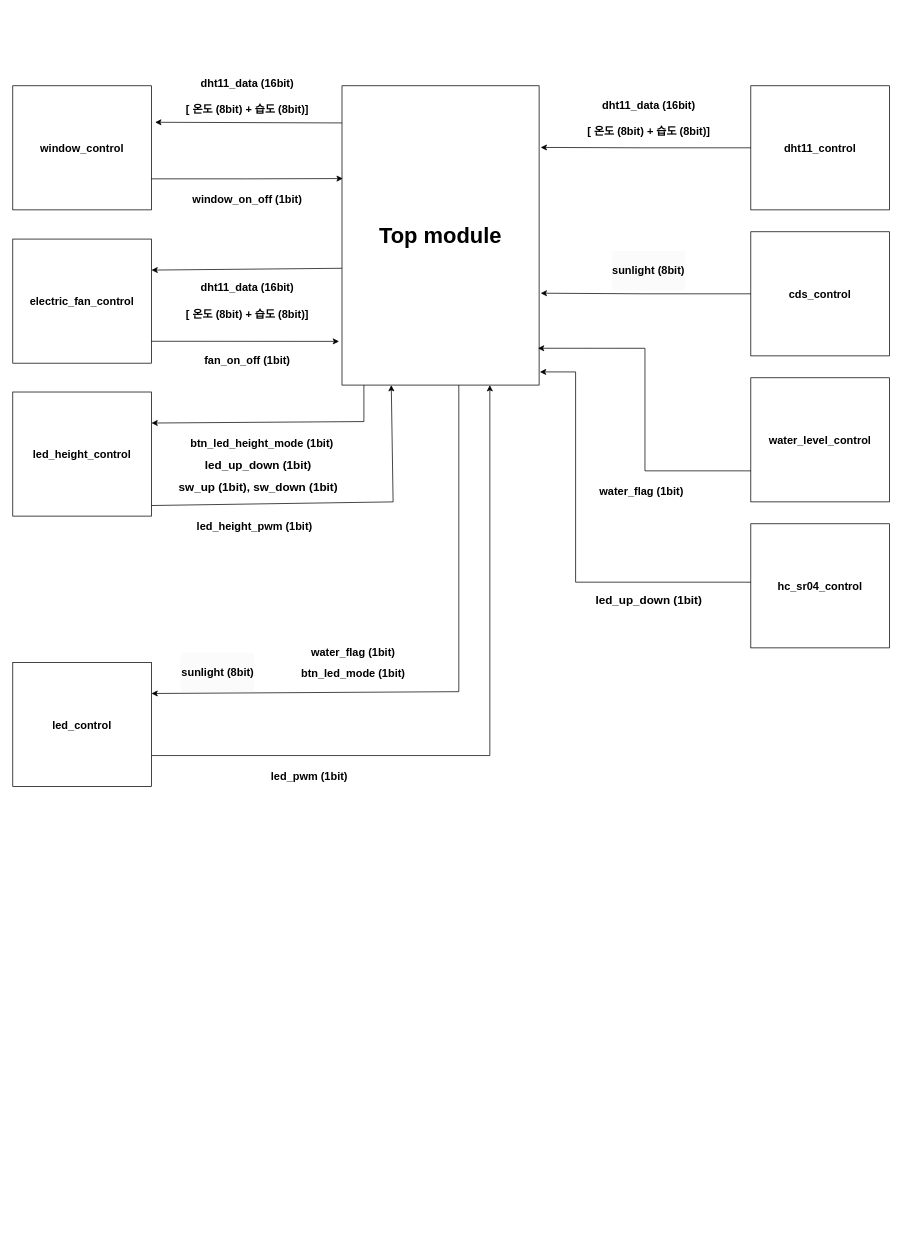
This is Blcoc_diagram.drawio from wwww2128/smartfarm, a draw.io file, before an edit. Source tidied: cells renumbered, new cells numbered last; positions are measured from the earlier drawing's top-left corner, leaving out a move shared by most shapes. Both pictures are drawn from the tidied source at 73%, with x=0, y=0 at pixel (12, 56).
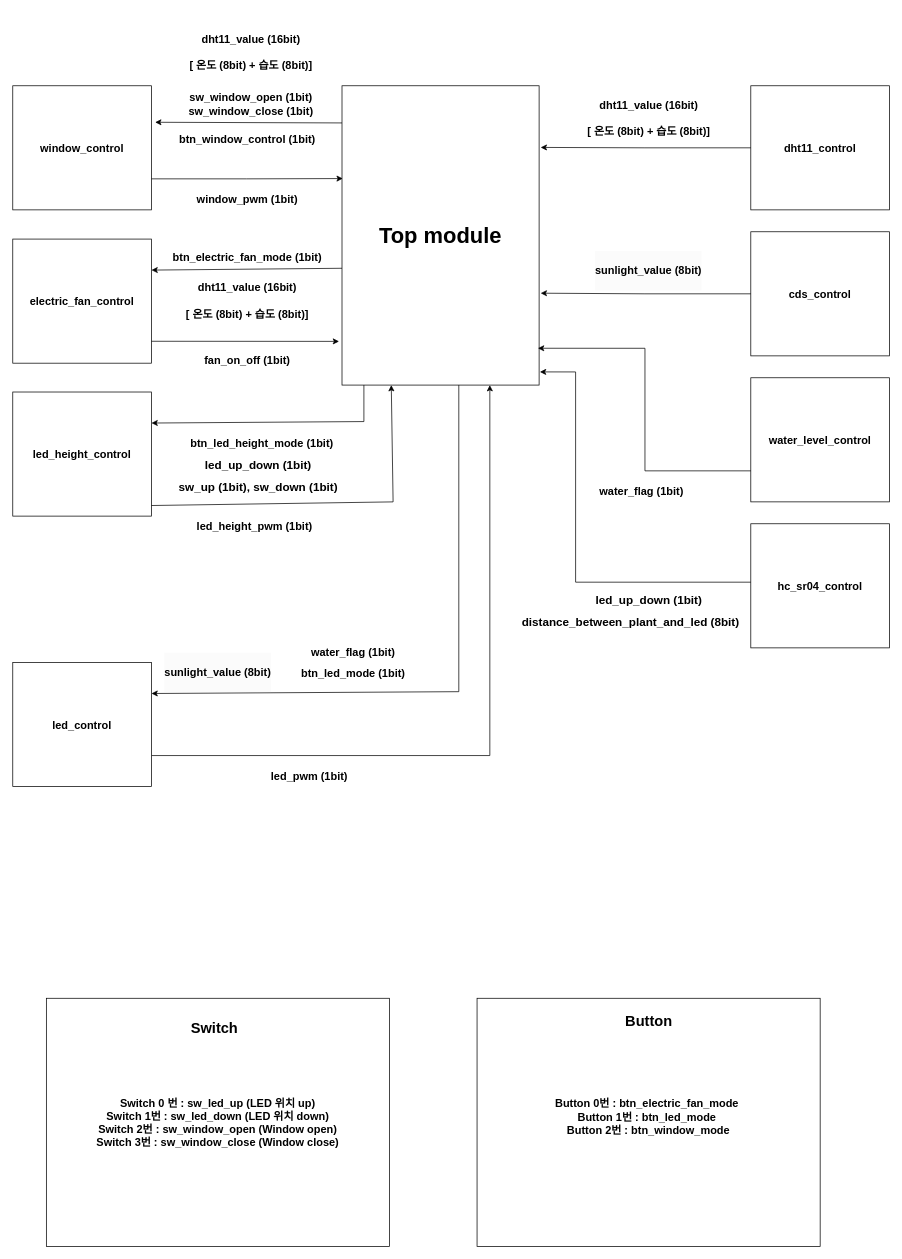
The same diagram, later.

The edit, as a diff of the source:
```diff
@@
-    <mxCell id="4" value="&lt;div&gt;&lt;font style=&quot;font-size: 15px;&quot;&gt;&lt;b&gt;&lt;br&gt;&lt;/b&gt;&lt;/font&gt;&lt;/div&gt;&lt;font style=&quot;font-size: 15px;&quot;&gt;&lt;b&gt;&lt;div&gt;&lt;font style=&quot;font-size: 15px;&quot;&gt;&lt;b&gt;dht11_data (16bit)&lt;/b&gt;&lt;/font&gt;&lt;/div&gt;&lt;div&gt;&lt;font style=&quot;font-size: 15px;&quot;&gt;&lt;b&gt;&lt;br&gt;&lt;/b&gt;&lt;/font&gt;&lt;/div&gt;&lt;div&gt;&lt;font style=&quot;font-size: 15px;&quot;&gt;&lt;b&gt;[ 온도 (8bit) + 습도 (8bit)]&lt;/b&gt;&lt;/font&gt;&lt;/div&gt;&lt;/b&gt;&lt;/font&gt;" style="text;html=1;align=center;verticalAlign=middle;strokeColor=none;fillColor=none;" parent="1" vertex="1">
+    <mxCell id="4" value="&lt;div&gt;&lt;font style=&quot;font-size: 15px;&quot;&gt;&lt;b&gt;&lt;br&gt;&lt;/b&gt;&lt;/font&gt;&lt;/div&gt;&lt;font style=&quot;font-size: 15px;&quot;&gt;&lt;b&gt;&lt;div&gt;&lt;font style=&quot;font-size: 15px;&quot;&gt;&lt;b&gt;dht11_value (16bit)&lt;/b&gt;&lt;/font&gt;&lt;/div&gt;&lt;div&gt;&lt;font style=&quot;font-size: 15px;&quot;&gt;&lt;b&gt;&lt;br&gt;&lt;/b&gt;&lt;/font&gt;&lt;/div&gt;&lt;div&gt;&lt;font style=&quot;font-size: 15px;&quot;&gt;&lt;b&gt;[ 온도 (8bit) + 습도 (8bit)]&lt;/b&gt;&lt;/font&gt;&lt;/div&gt;&lt;/b&gt;&lt;/font&gt;" style="text;html=1;align=center;verticalAlign=middle;strokeColor=none;fillColor=none;" parent="1" vertex="1">
       <mxGeometry x="771" y="30" width="200" height="90" as="geometry" />
     </mxCell>
@@
-    <mxCell id="8" value="&lt;div style=&quot;forced-color-adjust: none; color: rgb(0, 0, 0); font-family: Helvetica; font-size: 15px; font-style: normal; font-variant-ligatures: normal; font-variant-caps: normal; font-weight: 700; letter-spacing: normal; orphans: 2; text-indent: 0px; text-transform: none; widows: 2; word-spacing: 0px; -webkit-text-stroke-width: 0px; white-space: nowrap; background-color: rgb(251, 251, 251); text-decoration-thickness: initial; text-decoration-style: initial; text-decoration-color: initial;&quot;&gt;&lt;font style=&quot;forced-color-adjust: none; font-size: 15px;&quot;&gt;&lt;b style=&quot;forced-color-adjust: none;&quot;&gt;&lt;br class=&quot;Apple-interchange-newline&quot;&gt;sunlight (8bit)&lt;/b&gt;&lt;/font&gt;&lt;/div&gt;&lt;div style=&quot;forced-color-adjust: none; color: rgb(0, 0, 0); font-family: Helvetica; font-size: 15px; font-style: normal; font-variant-ligatures: normal; font-variant-caps: normal; font-weight: 700; letter-spacing: normal; orphans: 2; text-indent: 0px; text-transform: none; widows: 2; word-spacing: 0px; -webkit-text-stroke-width: 0px; white-space: nowrap; background-color: rgb(251, 251, 251); text-decoration-thickness: initial; text-decoration-style: initial; text-decoration-color: initial;&quot;&gt;&lt;br&gt;&lt;/div&gt;" style="text;whiteSpace=wrap;html=1;align=center;" parent="1" vertex="1">
+    <mxCell id="8" value="&lt;div style=&quot;forced-color-adjust: none; color: rgb(0, 0, 0); font-family: Helvetica; font-size: 15px; font-style: normal; font-variant-ligatures: normal; font-variant-caps: normal; font-weight: 700; letter-spacing: normal; orphans: 2; text-indent: 0px; text-transform: none; widows: 2; word-spacing: 0px; -webkit-text-stroke-width: 0px; white-space: nowrap; background-color: rgb(251, 251, 251); text-decoration-thickness: initial; text-decoration-style: initial; text-decoration-color: initial;&quot;&gt;&lt;font style=&quot;forced-color-adjust: none; font-size: 15px;&quot;&gt;&lt;b style=&quot;forced-color-adjust: none;&quot;&gt;&lt;br class=&quot;Apple-interchange-newline&quot;&gt;sunlight_value (8bit)&lt;/b&gt;&lt;/font&gt;&lt;/div&gt;&lt;div style=&quot;forced-color-adjust: none; color: rgb(0, 0, 0); font-family: Helvetica; font-size: 15px; font-style: normal; font-variant-ligatures: normal; font-variant-caps: normal; font-weight: 700; letter-spacing: normal; orphans: 2; text-indent: 0px; text-transform: none; widows: 2; word-spacing: 0px; -webkit-text-stroke-width: 0px; white-space: nowrap; background-color: rgb(251, 251, 251); text-decoration-thickness: initial; text-decoration-style: initial; text-decoration-color: initial;&quot;&gt;&lt;br&gt;&lt;/div&gt;" style="text;whiteSpace=wrap;html=1;align=center;" parent="1" vertex="1">
       <mxGeometry x="766" y="260" width="210" height="100" as="geometry" />
     </mxCell>
@@
-    <mxCell id="18" value="&lt;div&gt;&lt;font style=&quot;font-size: 15px;&quot;&gt;&lt;b&gt;&lt;br&gt;&lt;/b&gt;&lt;/font&gt;&lt;/div&gt;&lt;font style=&quot;font-size: 15px;&quot;&gt;&lt;b&gt;&lt;div&gt;&lt;font style=&quot;font-size: 15px;&quot;&gt;&lt;b&gt;dht11_data (16bit)&lt;/b&gt;&lt;/font&gt;&lt;/div&gt;&lt;div&gt;&lt;font style=&quot;font-size: 15px;&quot;&gt;&lt;b&gt;&lt;br&gt;&lt;/b&gt;&lt;/font&gt;&lt;/div&gt;&lt;div&gt;&lt;font style=&quot;font-size: 15px;&quot;&gt;&lt;b&gt;[ 온도 (8bit) + 습도 (8bit)]&lt;/b&gt;&lt;/font&gt;&lt;/div&gt;&lt;/b&gt;&lt;/font&gt;" style="text;html=1;align=center;verticalAlign=middle;strokeColor=none;fillColor=none;" parent="1" vertex="1">
-      <mxGeometry x="221" width="200" height="90" as="geometry" />
+    <mxCell id="18" value="&lt;div&gt;&lt;font style=&quot;font-size: 15px;&quot;&gt;&lt;b&gt;&lt;br&gt;&lt;/b&gt;&lt;/font&gt;&lt;/div&gt;&lt;font style=&quot;font-size: 15px;&quot;&gt;&lt;b&gt;&lt;div&gt;&lt;font style=&quot;font-size: 15px;&quot;&gt;&lt;b&gt;dht11_value (16bit)&lt;/b&gt;&lt;/font&gt;&lt;/div&gt;&lt;div&gt;&lt;font style=&quot;font-size: 15px;&quot;&gt;&lt;b&gt;&lt;br&gt;&lt;/b&gt;&lt;/font&gt;&lt;/div&gt;&lt;div&gt;&lt;font style=&quot;font-size: 15px;&quot;&gt;&lt;b&gt;[ 온도 (8bit) + 습도 (8bit)]&lt;/b&gt;&lt;/font&gt;&lt;/div&gt;&lt;/b&gt;&lt;/font&gt;" style="text;html=1;align=center;verticalAlign=middle;strokeColor=none;fillColor=none;" parent="1" vertex="1">
+      <mxGeometry x="226" y="-60" width="200" height="90" as="geometry" />
     </mxCell>
-    <mxCell id="19" value="&lt;font style=&quot;font-size: 15px;&quot;&gt;&lt;b&gt;window_on_off (1bit)&lt;/b&gt;&lt;/font&gt;" style="text;html=1;align=center;verticalAlign=middle;strokeColor=none;fillColor=none;" parent="1" vertex="1">
-      <mxGeometry x="236" y="180" width="170" height="30" as="geometry" />
+    <mxCell id="19" value="&lt;font style=&quot;font-size: 15px;&quot;&gt;&lt;b&gt;window_pwm (1bit)&lt;/b&gt;&lt;/font&gt;" style="text;html=1;align=center;verticalAlign=middle;strokeColor=none;fillColor=none;" parent="1" vertex="1">
+      <mxGeometry x="241" y="180" width="160" height="30" as="geometry" />
     </mxCell>
@@
-    <mxCell id="22" value="&lt;div&gt;&lt;font style=&quot;font-size: 15px;&quot;&gt;&lt;b&gt;&lt;br&gt;&lt;/b&gt;&lt;/font&gt;&lt;/div&gt;&lt;font style=&quot;font-size: 15px;&quot;&gt;&lt;b&gt;&lt;div&gt;&lt;font style=&quot;font-size: 15px;&quot;&gt;&lt;b&gt;dht11_data (16bit)&lt;/b&gt;&lt;/font&gt;&lt;/div&gt;&lt;div&gt;&lt;font style=&quot;font-size: 15px;&quot;&gt;&lt;b&gt;&lt;br&gt;&lt;/b&gt;&lt;/font&gt;&lt;/div&gt;&lt;div&gt;&lt;font style=&quot;font-size: 15px;&quot;&gt;&lt;b&gt;[ 온도 (8bit) + 습도 (8bit)]&lt;/b&gt;&lt;/font&gt;&lt;/div&gt;&lt;/b&gt;&lt;/font&gt;" style="text;html=1;align=center;verticalAlign=middle;strokeColor=none;fillColor=none;" parent="1" vertex="1">
+    <mxCell id="22" value="&lt;div&gt;&lt;font style=&quot;font-size: 15px;&quot;&gt;&lt;b&gt;&lt;br&gt;&lt;/b&gt;&lt;/font&gt;&lt;/div&gt;&lt;font style=&quot;font-size: 15px;&quot;&gt;&lt;b&gt;&lt;div&gt;&lt;font style=&quot;font-size: 15px;&quot;&gt;&lt;b&gt;dht11_value (16bit)&lt;/b&gt;&lt;/font&gt;&lt;/div&gt;&lt;div&gt;&lt;font style=&quot;font-size: 15px;&quot;&gt;&lt;b&gt;&lt;br&gt;&lt;/b&gt;&lt;/font&gt;&lt;/div&gt;&lt;div&gt;&lt;font style=&quot;font-size: 15px;&quot;&gt;&lt;b&gt;[ 온도 (8bit) + 습도 (8bit)]&lt;/b&gt;&lt;/font&gt;&lt;/div&gt;&lt;/b&gt;&lt;/font&gt;" style="text;html=1;align=center;verticalAlign=middle;strokeColor=none;fillColor=none;" parent="1" vertex="1">
       <mxGeometry x="221" y="280" width="200" height="90" as="geometry" />
     </mxCell>
@@
-    <mxCell id="35" value="&lt;div style=&quot;forced-color-adjust: none; color: rgb(0, 0, 0); font-family: Helvetica; font-size: 15px; font-style: normal; font-variant-ligatures: normal; font-variant-caps: normal; font-weight: 700; letter-spacing: normal; orphans: 2; text-indent: 0px; text-transform: none; widows: 2; word-spacing: 0px; -webkit-text-stroke-width: 0px; white-space: nowrap; background-color: rgb(251, 251, 251); text-decoration-thickness: initial; text-decoration-style: initial; text-decoration-color: initial;&quot;&gt;&lt;font style=&quot;forced-color-adjust: none; font-size: 15px;&quot;&gt;&lt;b style=&quot;forced-color-adjust: none;&quot;&gt;&lt;br class=&quot;Apple-interchange-newline&quot;&gt;sunlight (8bit)&lt;/b&gt;&lt;/font&gt;&lt;/div&gt;&lt;div style=&quot;forced-color-adjust: none; color: rgb(0, 0, 0); font-family: Helvetica; font-size: 15px; font-style: normal; font-variant-ligatures: normal; font-variant-caps: normal; font-weight: 700; letter-spacing: normal; orphans: 2; text-indent: 0px; text-transform: none; widows: 2; word-spacing: 0px; -webkit-text-stroke-width: 0px; white-space: nowrap; background-color: rgb(251, 251, 251); text-decoration-thickness: initial; text-decoration-style: initial; text-decoration-color: initial;&quot;&gt;&lt;br&gt;&lt;/div&gt;" style="text;whiteSpace=wrap;html=1;align=center;" parent="1" vertex="1">
+    <mxCell id="35" value="&lt;div style=&quot;forced-color-adjust: none; color: rgb(0, 0, 0); font-family: Helvetica; font-size: 15px; font-style: normal; font-variant-ligatures: normal; font-variant-caps: normal; font-weight: 700; letter-spacing: normal; orphans: 2; text-indent: 0px; text-transform: none; widows: 2; word-spacing: 0px; -webkit-text-stroke-width: 0px; white-space: nowrap; background-color: rgb(251, 251, 251); text-decoration-thickness: initial; text-decoration-style: initial; text-decoration-color: initial;&quot;&gt;&lt;font style=&quot;forced-color-adjust: none; font-size: 15px;&quot;&gt;&lt;b style=&quot;forced-color-adjust: none;&quot;&gt;&lt;br class=&quot;Apple-interchange-newline&quot;&gt;sunlight_value (8bit)&lt;/b&gt;&lt;/font&gt;&lt;/div&gt;&lt;div style=&quot;forced-color-adjust: none; color: rgb(0, 0, 0); font-family: Helvetica; font-size: 15px; font-style: normal; font-variant-ligatures: normal; font-variant-caps: normal; font-weight: 700; letter-spacing: normal; orphans: 2; text-indent: 0px; text-transform: none; widows: 2; word-spacing: 0px; -webkit-text-stroke-width: 0px; white-space: nowrap; background-color: rgb(251, 251, 251); text-decoration-thickness: initial; text-decoration-style: initial; text-decoration-color: initial;&quot;&gt;&lt;br&gt;&lt;/div&gt;" style="text;whiteSpace=wrap;html=1;align=center;" parent="1" vertex="1">
       <mxGeometry x="221" y="810" width="120" height="60" as="geometry" />
     </mxCell>
@@
+    <mxCell id="39" value="&lt;font style=&quot;font-size: 16px;&quot;&gt;&lt;b&gt;distance_between_plant_and_led (8bit)&lt;/b&gt;&lt;/font&gt;" style="text;html=1;align=center;verticalAlign=middle;strokeColor=none;fillColor=none;" parent="1" vertex="1">
+      <mxGeometry x="686" y="760" width="320" height="30" as="geometry" />
+    </mxCell>
+    <mxCell id="40" value="&lt;font style=&quot;font-size: 15px;&quot;&gt;&lt;b&gt;Switch 0 번 : sw_led_up (LED 위치 up)&lt;/b&gt;&lt;/font&gt;&lt;div style=&quot;font-size: 15px;&quot;&gt;&lt;font style=&quot;font-size: 15px;&quot;&gt;&lt;b&gt;Switch 1번 : sw_led_down (LED 위치 down)&lt;/b&gt;&lt;/font&gt;&lt;/div&gt;&lt;div style=&quot;font-size: 15px;&quot;&gt;&lt;b&gt;Switch 2번 : sw_window_open (Window open)&lt;/b&gt;&lt;/div&gt;&lt;div style=&quot;font-size: 15px;&quot;&gt;&lt;b&gt;Switch 3번 : sw_window_close (Window close)&lt;/b&gt;&lt;/div&gt;" style="rounded=0;whiteSpace=wrap;html=1;" parent="1" vertex="1">
+      <mxGeometry x="46" y="1290" width="470" height="340" as="geometry" />
+    </mxCell>
+    <mxCell id="41" value="&lt;font style=&quot;font-size: 20px;&quot;&gt;&lt;b&gt;Switch&lt;/b&gt;&lt;/font&gt;" style="text;html=1;align=center;verticalAlign=middle;strokeColor=none;fillColor=none;" parent="1" vertex="1">
+      <mxGeometry x="231" y="1310" width="90" height="40" as="geometry" />
+    </mxCell>
+    <mxCell id="42" value="&lt;b style=&quot;font-size: 15px; text-wrap: nowrap;&quot;&gt;Button 0번 : btn_electric_fan_mode&amp;nbsp;&lt;/b&gt;&lt;div&gt;&lt;b style=&quot;text-wrap: nowrap; font-size: 15px;&quot;&gt;Button 1번 :&amp;nbsp;&lt;/b&gt;&lt;b style=&quot;background-color: initial; text-wrap: nowrap;&quot;&gt;&lt;font style=&quot;font-size: 15px;&quot;&gt;btn_led_mode&amp;nbsp;&lt;/font&gt;&lt;/b&gt;&lt;b style=&quot;font-size: 15px; text-wrap: nowrap;&quot;&gt;&lt;br&gt;&lt;/b&gt;&lt;/div&gt;&lt;div&gt;&lt;b style=&quot;background-color: initial; text-wrap: nowrap;&quot;&gt;&lt;font style=&quot;font-size: 15px;&quot;&gt;Button 2번 : btn_window_mode&lt;/font&gt;&lt;/b&gt;&lt;/div&gt;&lt;div&gt;&lt;br&gt;&lt;/div&gt;" style="rounded=0;whiteSpace=wrap;html=1;" parent="1" vertex="1">
+      <mxGeometry x="636" y="1290" width="470" height="340" as="geometry" />
+    </mxCell>
+    <mxCell id="43" value="&lt;span style=&quot;font-size: 20px;&quot;&gt;&lt;b&gt;Button&lt;/b&gt;&lt;/span&gt;" style="text;html=1;align=center;verticalAlign=middle;strokeColor=none;fillColor=none;" parent="1" vertex="1">
+      <mxGeometry x="826" y="1300" width="90" height="40" as="geometry" />
+    </mxCell>
+    <mxCell id="44" value="&lt;font style=&quot;font-size: 15px;&quot;&gt;&lt;b&gt;btn_electric_fan_mode (1bit)&lt;/b&gt;&lt;/font&gt;" style="text;html=1;align=center;verticalAlign=middle;strokeColor=none;fillColor=none;" parent="1" vertex="1">
+      <mxGeometry x="206" y="260" width="230" height="30" as="geometry" />
+    </mxCell>
+    <mxCell id="45" value="&lt;font style=&quot;font-size: 15px;&quot;&gt;&lt;b&gt;btn_window_control (1bit)&lt;/b&gt;&lt;/font&gt;" style="text;html=1;align=center;verticalAlign=middle;strokeColor=none;fillColor=none;" parent="1" vertex="1">
+      <mxGeometry x="216" y="98" width="210" height="30" as="geometry" />
+    </mxCell>
+    <mxCell id="46" value="&lt;font style=&quot;font-size: 15px;&quot;&gt;&lt;b&gt;sw_window_open (1bit)&lt;/b&gt;&lt;/font&gt;&lt;div style=&quot;font-size: 15px;&quot;&gt;&lt;font style=&quot;font-size: 15px;&quot;&gt;&lt;b&gt;sw_window_close (1bit)&lt;/b&gt;&lt;/font&gt;&lt;/div&gt;" style="text;html=1;align=center;verticalAlign=middle;strokeColor=none;fillColor=none;" parent="1" vertex="1">
+      <mxGeometry x="231" y="40" width="190" height="50" as="geometry" />
+    </mxCell>
```
